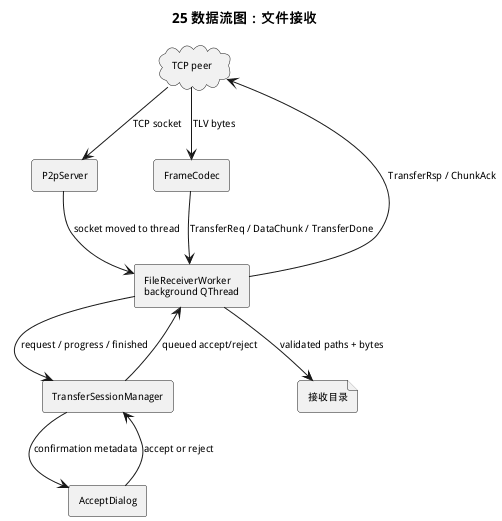
This is doc/diagrams/rendered/25-数据流图-文件接收.png from Gsheep0729/GridYard, a PlantUML export, as it was before one commit. Its diagram source:
```plantuml
@startuml
title 25 数据流图：文件接收
skinparam defaultFontSize 10

cloud "TCP peer" as Peer
rectangle P2pServer as P2p
rectangle "FileReceiverWorker\nbackground QThread" as Receiver
rectangle FrameCodec as Codec
rectangle TransferSessionManager as Tsm
rectangle AcceptDialog as Dialog
file "接收目录" as Target

Peer --> P2p : TCP socket
P2p --> Receiver : socket moved to thread
Peer --> Codec : TLV bytes
Codec --> Receiver : TransferReq / DataChunk / TransferDone
Receiver --> Tsm : request / progress / finished
Tsm --> Dialog : confirmation metadata
Dialog --> Tsm : accept or reject
Tsm --> Receiver : queued accept/reject
Receiver --> Target : validated paths + bytes
Receiver --> Peer : TransferRsp / ChunkAck
@enduml
```
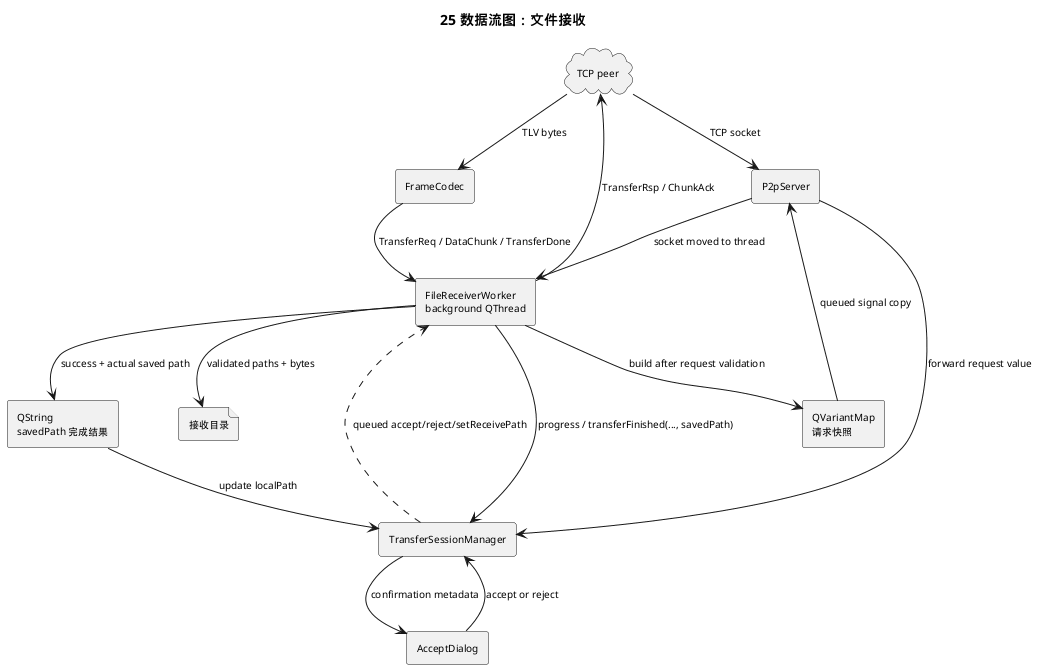
After the change.

What changed in the source:
```diff
@@ -8,16 +8,23 @@
 rectangle FrameCodec as Codec
 rectangle TransferSessionManager as Tsm
 rectangle AcceptDialog as Dialog
+rectangle "QVariantMap\n请求快照" as Request
+rectangle "QString\nsavedPath 完成结果" as Result
 file "接收目录" as Target
 
 Peer --> P2p : TCP socket
 P2p --> Receiver : socket moved to thread
 Peer --> Codec : TLV bytes
 Codec --> Receiver : TransferReq / DataChunk / TransferDone
-Receiver --> Tsm : request / progress / finished
+Receiver --> Request : build after request validation
+Request --> P2p : queued signal copy
+P2p --> Tsm : forward request value
 Tsm --> Dialog : confirmation metadata
 Dialog --> Tsm : accept or reject
-Tsm --> Receiver : queued accept/reject
+Tsm ..> Receiver : queued accept/reject/setReceivePath
 Receiver --> Target : validated paths + bytes
+Receiver --> Result : success + actual saved path
+Receiver --> Tsm : progress / transferFinished(..., savedPath)
+Result --> Tsm : update localPath
 Receiver --> Peer : TransferRsp / ChunkAck
 @enduml
```
